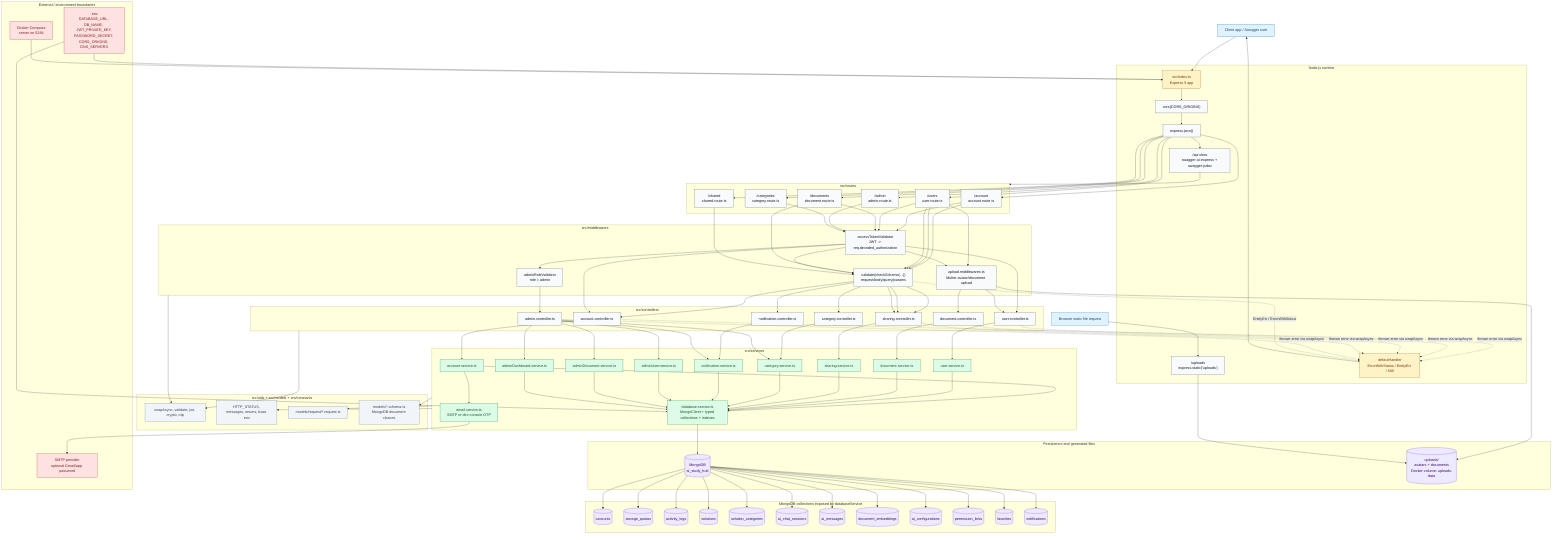
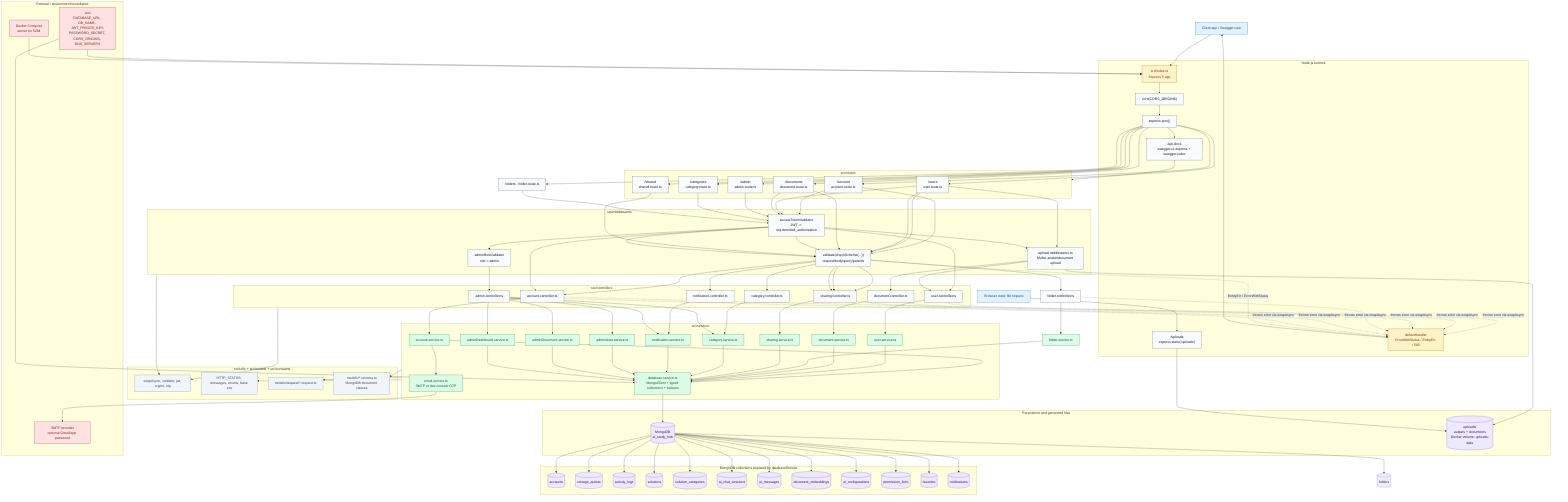
flowchart TB
  %% AI Study Hub - current backend system architecture
  classDef client fill:#e0f2fe,stroke:#0369a1,color:#0c4a6e
  classDef entry fill:#fef3c7,stroke:#b45309,color:#78350f
  classDef layer fill:#f8fafc,stroke:#475569,color:#0f172a
  classDef service fill:#dcfce7,stroke:#15803d,color:#14532d
  classDef data fill:#ede9fe,stroke:#7c3aed,color:#3b0764
  classDef external fill:#fee2e2,stroke:#b91c1c,color:#7f1d1d
  classDef note fill:#f1f5f9,stroke:#64748b,color:#334155

  Client[Client app / Swagger user]:::client
  Browser[Browser static file request]:::client

  subgraph Runtime["Node.js runtime"]
    Express["src/index.ts\nExpress 5 app"]:::entry
    CORS["cors(CORS_ORIGINS)"]:::layer
    JSON["express.json()"]:::layer
    StaticUploads["/uploads\nexpress.static('uploads')"]:::layer
    SwaggerUI["/api-docs\nswagger-ui-express + swagger-jsdoc"]:::layer
    ErrorHandler["defautHandler\nErrorWithStatus / EntityErr / 500"]:::entry
  end

  subgraph Routes["src/routes"]
    AccountRoute["/account\naccount.route.ts"]:::layer
    UserRoute["/users\nuser.route.ts"]:::layer
    DocumentRoute["/documents\ndocument.route.ts"]:::layer
    AdminRoute["/admin\nadmin.route.ts"]:::layer
    CategoryRoute["/categories\ncategory.route.ts"]:::layer
    SharedRoute["/shared\nshared.route.ts"]:::layer
  end

  subgraph Middlewares["src/middlewares"]
    Validators["validate(checkSchema(...))\nrequest/body/query/params"]:::layer
    AccessToken["accessTokenValidator\nJWT -> req.decoded_authorization"]:::layer
    AdminRole["adminRoleValidator\nrole = admin"]:::layer
    Upload["upload.middlewares.ts\nMulter avatar/document upload"]:::layer
  end

  subgraph Controllers["src/controllers"]
    AccountController["account.controller.ts"]:::layer
    UserController["user.controller.ts"]:::layer
    DocumentController["document.controller.ts"]:::layer
    SharingController["sharing.controller.ts"]:::layer
    AdminController["admin.controller.ts"]:::layer
    CategoryController["category.controller.ts"]:::layer
    NotificationController["notification.controller.ts"]:::layer
  end

  subgraph Services["src/services"]
    AccountService["account.service.ts"]:::service
    EmailService["email.service.ts\nSMTP or dev console OTP"]:::service
    UserService["user.service.ts"]:::service
    DocumentService["document.service.ts"]:::service
    SharingService["sharing.service.ts"]:::service
    CategoryService["category.service.ts"]:::service
    NotificationService["notification.service.ts"]:::service
    AdminUserService["adminUser.service.ts"]:::service
    AdminDocumentService["adminDocument.service.ts"]:::service
    AdminDashboardService["adminDashboard.service.ts"]:::service
    DatabaseService["database.service.ts\nMongoClient + typed collections + indexes"]:::service
  end

  subgraph UtilsModels["src/utils + src/models + src/constants"]
    Utils["wrapAsync, validate, jwt, crypto, otp"]:::note
    Constants["HTTP_STATUS, messages, enums, base env"]:::note
    RequestTypes["models/request/*.request.ts"]:::note
    Schemas["models/*.schema.ts\nMongoDB document classes"]:::note
  end

  subgraph Storage["Persistence and generated files"]
    Mongo[(MongoDB\nai_study_hub)]:::data
    Uploads[(uploads/\navatars + documents\nDocker volume: uploads-data)]:::data
  end

  subgraph Collections["MongoDB collections exposed by databaseService"]
    Accounts[(accounts)]:::data
    StorageQuotas[(storage_quotas)]:::data
    ActivityLogs[(activity_logs)]:::data
    Solutions[(solutions)]:::data
    SolutionCategories[(solution_categories)]:::data
    AiChatSessions[(ai_chat_sessions)]:::data
    AiMessages[(ai_messages)]:::data
    DocumentEmbeddings[(document_embeddings)]:::data
    AiConfigurations[(ai_configurations)]:::data
    PermissionLinks[(permission_links)]:::data
    Favorites[(favorites)]:::data
    Notifications[(notifications)]:::data
  end

  subgraph External["External / environment boundaries"]
    SMTP["SMTP provider\noptional Gmail/app password"]:::external
    Env[".env\nDATABASE_URL, DB_NAME, JWT_PRIVATE_KEY,\nPASSWORD_SECRET, CORS_ORIGINS, DNS_SERVERS"]:::external
    Docker["Docker Compose\nserver on 5284"]:::external
  end

  Client --> Express
  Browser --> StaticUploads
  Express --> CORS --> JSON
  JSON --> SwaggerUI
  JSON --> AccountRoute
  JSON --> UserRoute
  JSON --> DocumentRoute
  JSON --> AdminRoute
  JSON --> CategoryRoute
  JSON --> SharedRoute
+   JSON --> FolderRoute[folders - folder.route.ts]:::layer

  AccountRoute --> Validators --> AccountController
  AccountRoute --> AccessToken --> AccountController
  UserRoute --> AccessToken --> UserController
  UserRoute --> Upload --> UserController
  UserRoute --> Validators --> NotificationController
  UserRoute --> Validators --> SharingController
  DocumentRoute --> AccessToken --> Upload --> DocumentController
  DocumentRoute --> Validators --> SharingController
  AdminRoute --> AccessToken --> AdminRole --> AdminController
  CategoryRoute --> AccessToken --> Validators --> CategoryController
  SharedRoute --> Validators --> SharingController
+   FolderRoute --> AccessToken --> Validators --> FolderController[folder.controller.ts]:::layer

  AccountController --> AccountService
  AccountService --> EmailService
  UserController --> UserService
  DocumentController --> DocumentService
+   FolderController --> FolderService[folder.service.ts]:::service
  SharingController --> SharingService
  CategoryController --> CategoryService
  NotificationController --> NotificationService
  AdminController --> AdminUserService
  AdminController --> AdminDocumentService
  AdminController --> AdminDashboardService
  AdminController --> CategoryService
  AdminController --> NotificationService

  AccountService --> DatabaseService
  UserService --> DatabaseService
  DocumentService --> DatabaseService
+   FolderService --> DatabaseService
  SharingService --> DatabaseService
  CategoryService --> DatabaseService
  NotificationService --> DatabaseService
  AdminUserService --> DatabaseService
  AdminDocumentService --> DatabaseService
  AdminDashboardService --> DatabaseService

  Upload --> Uploads
  StaticUploads --> Uploads
  EmailService --> SMTP
  Env --> Express
  Env --> DatabaseService
  Docker --> Express
  SwaggerUI --> Routes

  DatabaseService --> Mongo
  Mongo --> Accounts
  Mongo --> StorageQuotas
  Mongo --> ActivityLogs
  Mongo --> Solutions
+   Mongo --> Folders[(folders)]
  Mongo --> SolutionCategories
  Mongo --> AiChatSessions
  Mongo --> AiMessages
  Mongo --> DocumentEmbeddings
  Mongo --> AiConfigurations
  Mongo --> PermissionLinks
  Mongo --> Favorites
  Mongo --> Notifications

  Controllers --> Utils
  Middlewares --> Utils
  Services --> Constants
  Services --> RequestTypes
  Services --> Schemas

  AccountController -. thrown error via wrapAsync .-> ErrorHandler
  UserController -. thrown error via wrapAsync .-> ErrorHandler
  DocumentController -. thrown error via wrapAsync .-> ErrorHandler
+   FolderController -. thrown error via wrapAsync .-> ErrorHandler
  SharingController -. thrown error via wrapAsync .-> ErrorHandler
  AdminController -. thrown error via wrapAsync .-> ErrorHandler
  Validators -. EntityErr / ErrorWithStatus .-> ErrorHandler
  ErrorHandler --> Client
